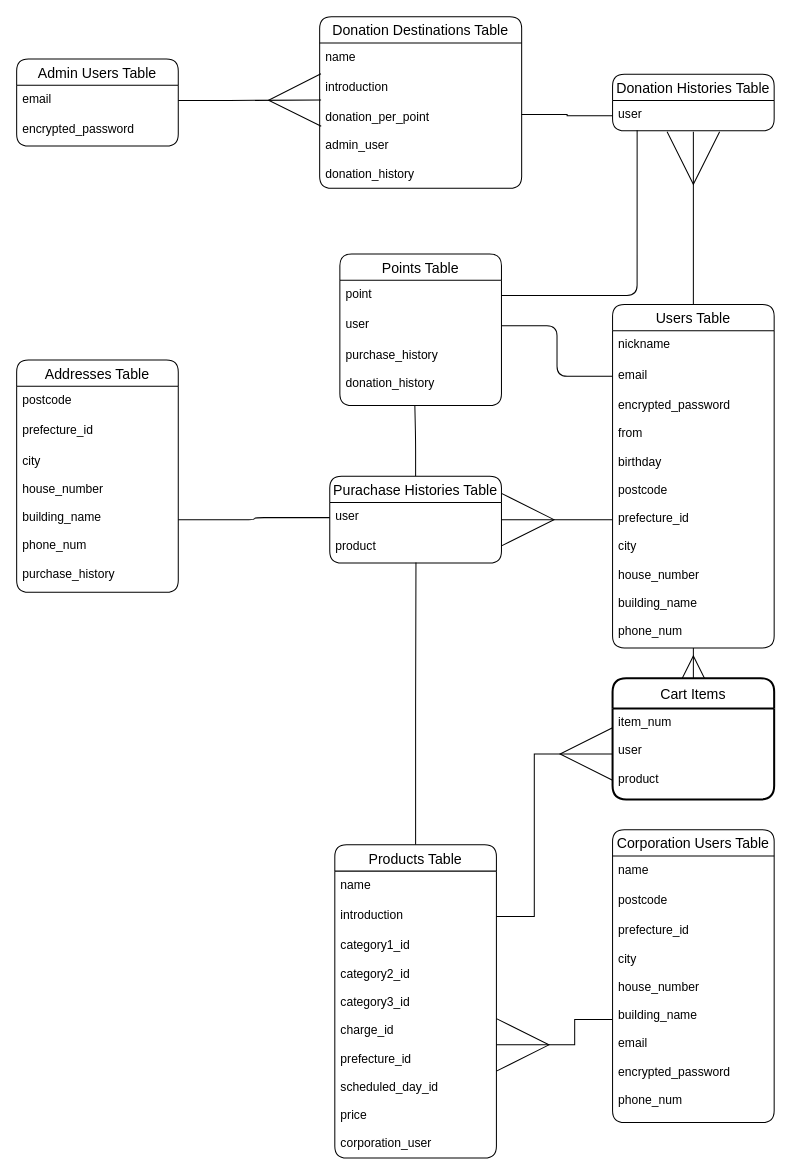
Above: sc.dio in nishipee/sc_app (draw.io), before the change. Source tidied: cells renumbered, new cells numbered last; positions are measured from the earlier drawing's top-left corner, leaving out a move shared by most shapes. Both pictures are drawn from the tidied source at 101%, with x=0, y=0 at pixel (16, 16).
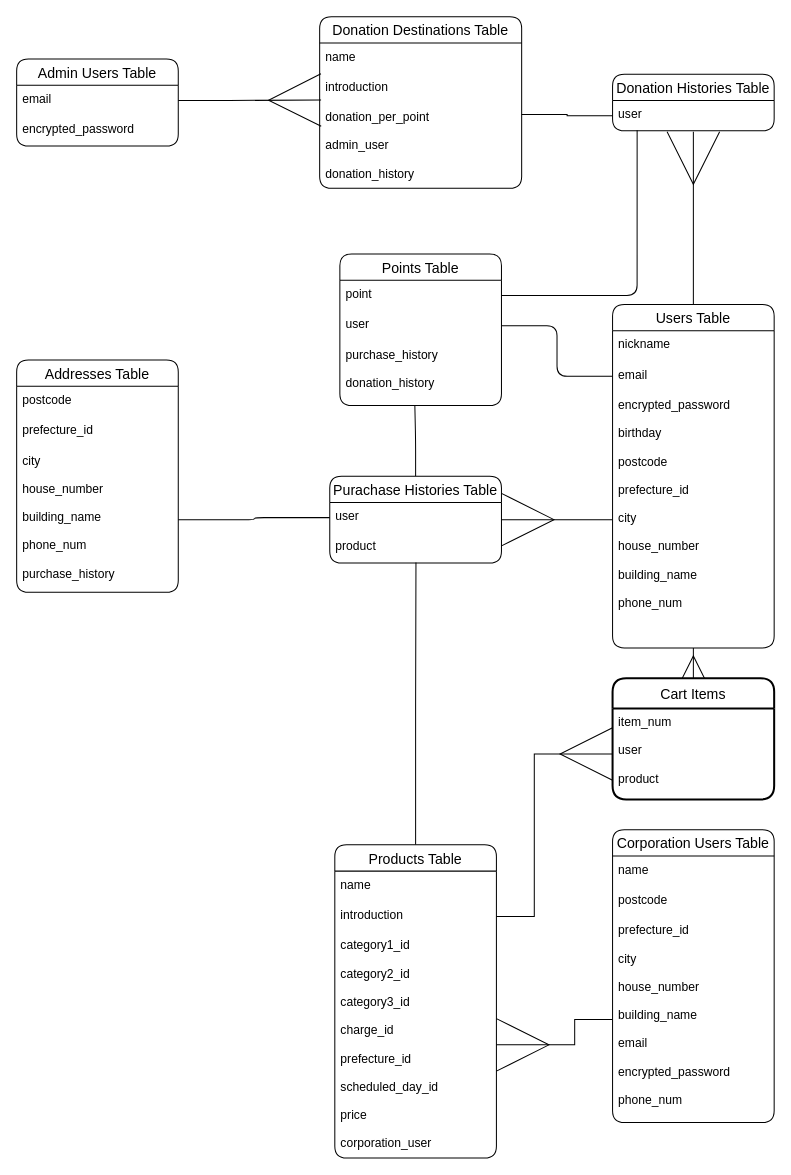
The same page after the edit.

Unchanged cells that the change refers to:
```xml
<mxCell id="3" value="Users Table" style="swimlane;fontStyle=0;horizontal=1;startSize=26;align=center;fontSize=14;rounded=1;" parent="1" vertex="1">
  <mxGeometry x="590" y="285" width="160" height="340" as="geometry" />
</mxCell>
```

The edit, as a diff of the source:
```diff
@@
-    <mxCell id="6" value="encrypted_password&#10;&#10;from&#10;&#10;birthday&#10;&#10;postcode&#10;&#10;prefecture_id&#10;&#10;city&#10;&#10;house_number&#10;&#10;building_name&#10;&#10;phone_num" style="text;strokeColor=none;fillColor=none;spacingLeft=4;spacingRight=4;overflow=hidden;points=[[0,0.5],[1,0.5]];portConstraint=eastwest;fontSize=12;" parent="3" vertex="1">
+    <mxCell id="6" value="encrypted_password&#10;&#10;birthday&#10;&#10;postcode&#10;&#10;prefecture_id&#10;&#10;city&#10;&#10;house_number&#10;&#10;building_name&#10;&#10;phone_num" style="text;strokeColor=none;fillColor=none;spacingLeft=4;spacingRight=4;overflow=hidden;points=[[0,0.5],[1,0.5]];portConstraint=eastwest;fontSize=12;" parent="3" vertex="1">
       <mxGeometry y="86" width="160" height="254" as="geometry" />
     </mxCell>
```
